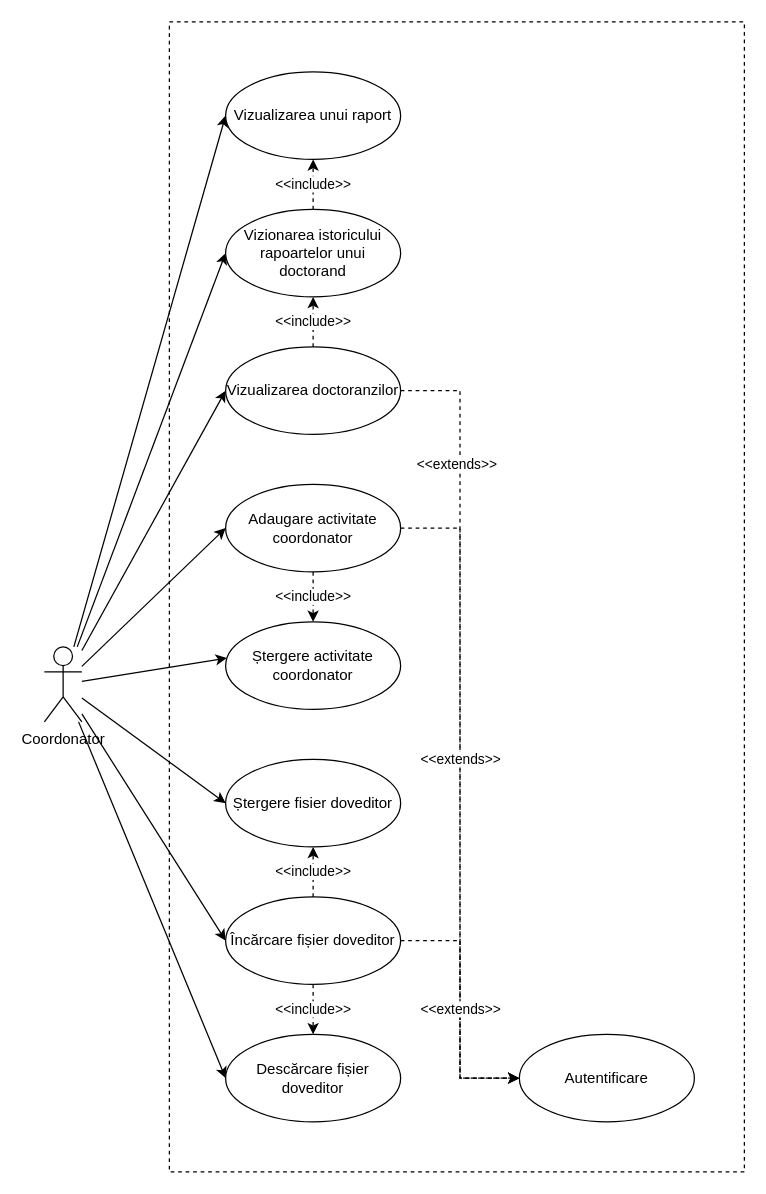
valentin-stamate/dashboard-activitatie-academica keeps this draw.io diagram as page "coordinator use-case" (6 of 7) of files/diagrams.drawio. Above is the earlier version. Source tidied: cells renumbered, new cells numbered last; positions are measured from the earlier drawing's top-left corner, leaving out a move shared by most shapes. Both pictures are drawn from the tidied source at 125%, with x=0, y=0 at pixel (44, 21).
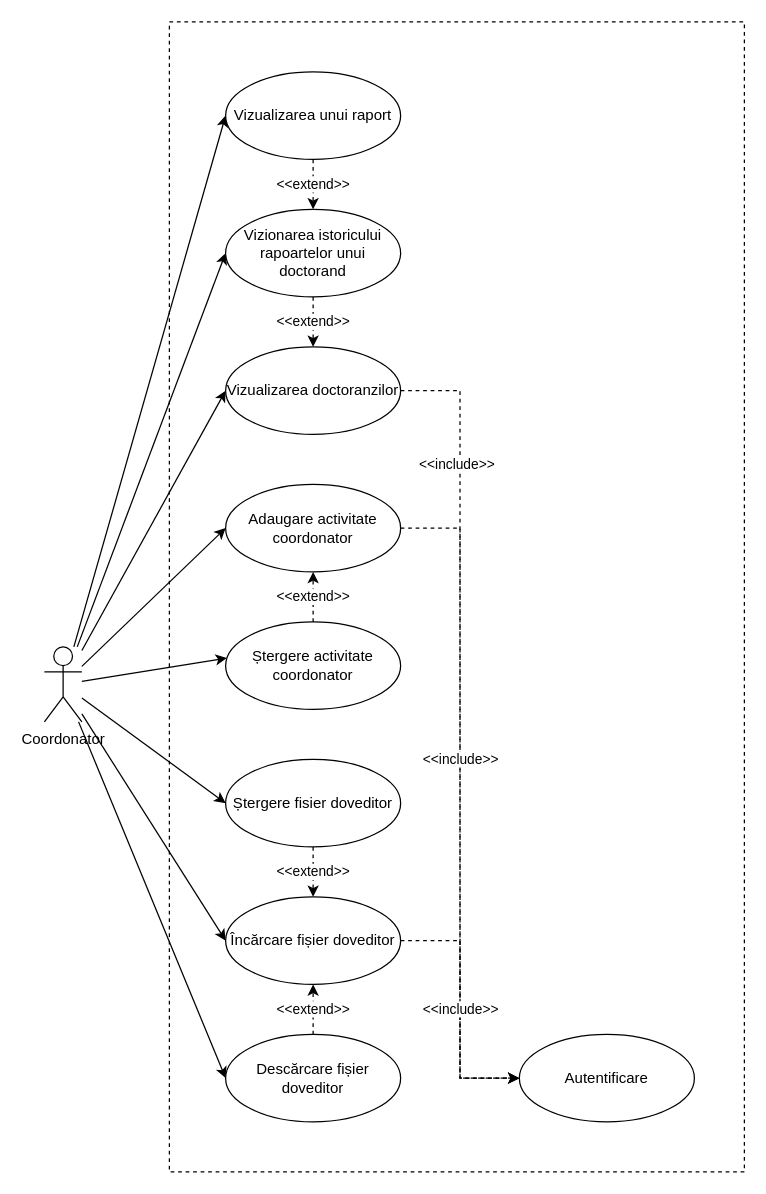
The same page after the edit.

Unchanged cells that the change refers to:
```xml
<mxCell id="12" value="Vizionarea istoricului rapoartelor unui doctorand" style="ellipse;whiteSpace=wrap;html=1;" parent="1" vertex="1">
  <mxGeometry x="145" y="150" width="140" height="70" as="geometry" />
</mxCell>
<mxCell id="14" style="edgeStyle=orthogonalEdgeStyle;rounded=0;jettySize=auto;html=1;dashed=1;entryX=0;entryY=0.5;entryDx=0;entryDy=0;" parent="1" edge="1" source="16" target="21">
  <mxGeometry relative="1" as="geometry" />
</mxCell>
<mxCell id="16" value="Vizualizarea doctoranzilor" style="ellipse;whiteSpace=wrap;html=1;" parent="1" vertex="1">
  <mxGeometry x="145" y="260" width="140" height="70" as="geometry" />
</mxCell>
<mxCell id="18" style="edgeStyle=orthogonalEdgeStyle;rounded=0;jettySize=auto;html=1;dashed=1;entryX=0;entryY=0.5;entryDx=0;entryDy=0;" parent="1" edge="1" source="20" target="21">
  <mxGeometry relative="1" as="geometry" />
</mxCell>
<mxCell id="20" value="Adaugare activitate coordonator" style="ellipse;whiteSpace=wrap;html=1;" parent="1" vertex="1">
  <mxGeometry x="145" y="370" width="140" height="70" as="geometry" />
</mxCell>
<mxCell id="22" value="Vizualizarea unui raport" style="ellipse;whiteSpace=wrap;html=1;" parent="1" vertex="1">
  <mxGeometry x="145" y="40" width="140" height="70" as="geometry" />
</mxCell>
<mxCell id="23" value="Ștergere activitate coordonator" style="ellipse;whiteSpace=wrap;html=1;" parent="1" vertex="1">
  <mxGeometry x="145" y="480" width="140" height="70" as="geometry" />
</mxCell>
<mxCell id="26" style="edgeStyle=orthogonalEdgeStyle;rounded=0;jettySize=auto;html=1;dashed=1;entryX=0;entryY=0.5;entryDx=0;entryDy=0;" parent="1" edge="1" source="28" target="21">
  <mxGeometry relative="1" as="geometry" />
</mxCell>
<mxCell id="28" value="Încărcare fișier doveditor" style="ellipse;whiteSpace=wrap;html=1;" parent="1" vertex="1">
  <mxGeometry x="145" y="700" width="140" height="70" as="geometry" />
</mxCell>
<mxCell id="29" value="Ștergere fisier doveditor" style="ellipse;whiteSpace=wrap;html=1;" parent="1" vertex="1">
  <mxGeometry x="145" y="590" width="140" height="70" as="geometry" />
</mxCell>
<mxCell id="30" value="Descărcare fișier doveditor" style="ellipse;whiteSpace=wrap;html=1;" parent="1" vertex="1">
  <mxGeometry x="145" y="810" width="140" height="70" as="geometry" />
</mxCell>
```

What changed in the source:
```diff
@@
+    <mxCell id="31" style="rounded=0;whiteSpace=wrap;html=1;fillColor=none;dashed=1;" parent="1" vertex="1">
+      <mxGeometry x="100" width="460" height="920" as="geometry" />
+    </mxCell>
@@
-    <mxCell id="11" value="&amp;lt;&amp;lt;include&amp;gt;&amp;gt;" style="edgeStyle=none;rounded=0;jettySize=auto;html=1;entryX=0.5;entryY=1;entryDx=0;entryDy=0;dashed=1;" parent="1" edge="1" source="12" target="22">
-      <mxGeometry relative="1" as="geometry" />
-    </mxCell>
+    <mxCell id="32" value="&amp;lt;&amp;lt;extend&amp;gt;&amp;gt;" style="edgeStyle=orthogonalEdgeStyle;rounded=0;jettySize=auto;html=1;entryX=0.5;entryY=0;entryDx=0;entryDy=0;dashed=1;" parent="1" edge="1" source="12" target="16">
+      <mxGeometry relative="1" as="geometry" />
+    </mxCell>
@@
-    <mxCell id="13" value="&amp;lt;&amp;lt;include&amp;gt;&amp;gt;" style="edgeStyle=none;rounded=0;jettySize=auto;html=1;entryX=0.5;entryY=1;entryDx=0;entryDy=0;dashed=1;" parent="1" edge="1" source="16" target="12">
-      <mxGeometry relative="1" as="geometry" />
-    </mxCell>
@@
-    <mxCell id="15" value="&amp;lt;&amp;lt;extends&amp;gt;&amp;gt;" style="edgeLabel;html=1;align=center;verticalAlign=middle;" parent="14" vertex="1">
+    <mxCell id="15" value="&amp;lt;&amp;lt;include&amp;gt;&amp;gt;" style="edgeLabel;html=1;align=center;verticalAlign=middle;" parent="14" vertex="1">
       <mxGeometry x="-0.67" y="-3" relative="1" as="geometry" />
     </mxCell>
@@
-    <mxCell id="17" value="&amp;lt;&amp;lt;include&amp;gt;&amp;gt;" style="edgeStyle=none;rounded=0;jettySize=auto;html=1;entryX=0.5;entryY=0;entryDx=0;entryDy=0;dashed=1;" parent="1" edge="1" source="20" target="23">
-      <mxGeometry relative="1" as="geometry" />
-    </mxCell>
@@
-    <mxCell id="19" value="&amp;lt;&amp;lt;extends&amp;gt;&amp;gt;" style="edgeLabel;html=1;align=center;verticalAlign=middle;" parent="18" vertex="1">
+    <mxCell id="19" value="&amp;lt;&amp;lt;include&amp;gt;&amp;gt;" style="edgeLabel;html=1;align=center;verticalAlign=middle;" parent="18" vertex="1">
       <mxGeometry x="-0.19" relative="1" as="geometry">
         <mxPoint y="15" as="offset" />
       </mxGeometry>
     </mxCell>
@@
+    <mxCell id="33" value="&amp;lt;&amp;lt;extend&amp;gt;&amp;gt;" style="edgeStyle=orthogonalEdgeStyle;rounded=0;jettySize=auto;html=1;entryX=0.5;entryY=0;entryDx=0;entryDy=0;dashed=1;" parent="1" edge="1" source="22" target="12">
+      <mxGeometry relative="1" as="geometry" />
+    </mxCell>
@@
+    <mxCell id="34" value="&amp;lt;&amp;lt;extend&amp;gt;&amp;gt;" style="edgeStyle=orthogonalEdgeStyle;rounded=0;jettySize=auto;html=1;entryX=0.5;entryY=1;entryDx=0;entryDy=0;dashed=1;" parent="1" edge="1" source="23" target="20">
+      <mxGeometry relative="1" as="geometry" />
+    </mxCell>
@@
-    <mxCell id="24" value="&amp;lt;&amp;lt;include&amp;gt;&amp;gt;" style="edgeStyle=none;rounded=0;jettySize=auto;html=1;entryX=0.5;entryY=1;entryDx=0;entryDy=0;dashed=1;" parent="1" edge="1" source="28" target="29">
-      <mxGeometry relative="1" as="geometry" />
-    </mxCell>
-    <mxCell id="25" value="&amp;lt;&amp;lt;include&amp;gt;&amp;gt;" style="edgeStyle=none;rounded=0;jettySize=auto;html=1;entryX=0.5;entryY=0;entryDx=0;entryDy=0;dashed=1;" parent="1" edge="1" source="28" target="30">
-      <mxGeometry relative="1" as="geometry" />
-    </mxCell>
@@
-    <mxCell id="27" value="&amp;lt;&amp;lt;extends&amp;gt;&amp;gt;" style="edgeLabel;html=1;align=center;verticalAlign=middle;" parent="26" vertex="1">
+    <mxCell id="27" value="&amp;lt;&amp;lt;include&amp;gt;&amp;gt;" style="edgeLabel;html=1;align=center;verticalAlign=middle;" parent="26" vertex="1">
       <mxGeometry x="0.11" relative="1" as="geometry">
         <mxPoint y="-12" as="offset" />
       </mxGeometry>
     </mxCell>
@@
+    <mxCell id="35" value="&amp;lt;&amp;lt;extend&amp;gt;&amp;gt;" style="edgeStyle=orthogonalEdgeStyle;rounded=0;jettySize=auto;html=1;entryX=0.5;entryY=0;entryDx=0;entryDy=0;dashed=1;" parent="1" edge="1" source="29" target="28">
+      <mxGeometry relative="1" as="geometry" />
+    </mxCell>
@@
+    <mxCell id="36" value="&amp;lt;&amp;lt;extend&amp;gt;&amp;gt;" style="edgeStyle=orthogonalEdgeStyle;rounded=0;jettySize=auto;html=1;entryX=0.5;entryY=1;entryDx=0;entryDy=0;dashed=1;" parent="1" edge="1" source="30" target="28">
+      <mxGeometry relative="1" as="geometry" />
+    </mxCell>
@@
-    <mxCell id="31" style="rounded=0;whiteSpace=wrap;html=1;fillColor=none;dashed=1;" parent="1" vertex="1">
-      <mxGeometry x="100" width="460" height="920" as="geometry" />
-    </mxCell>
```
